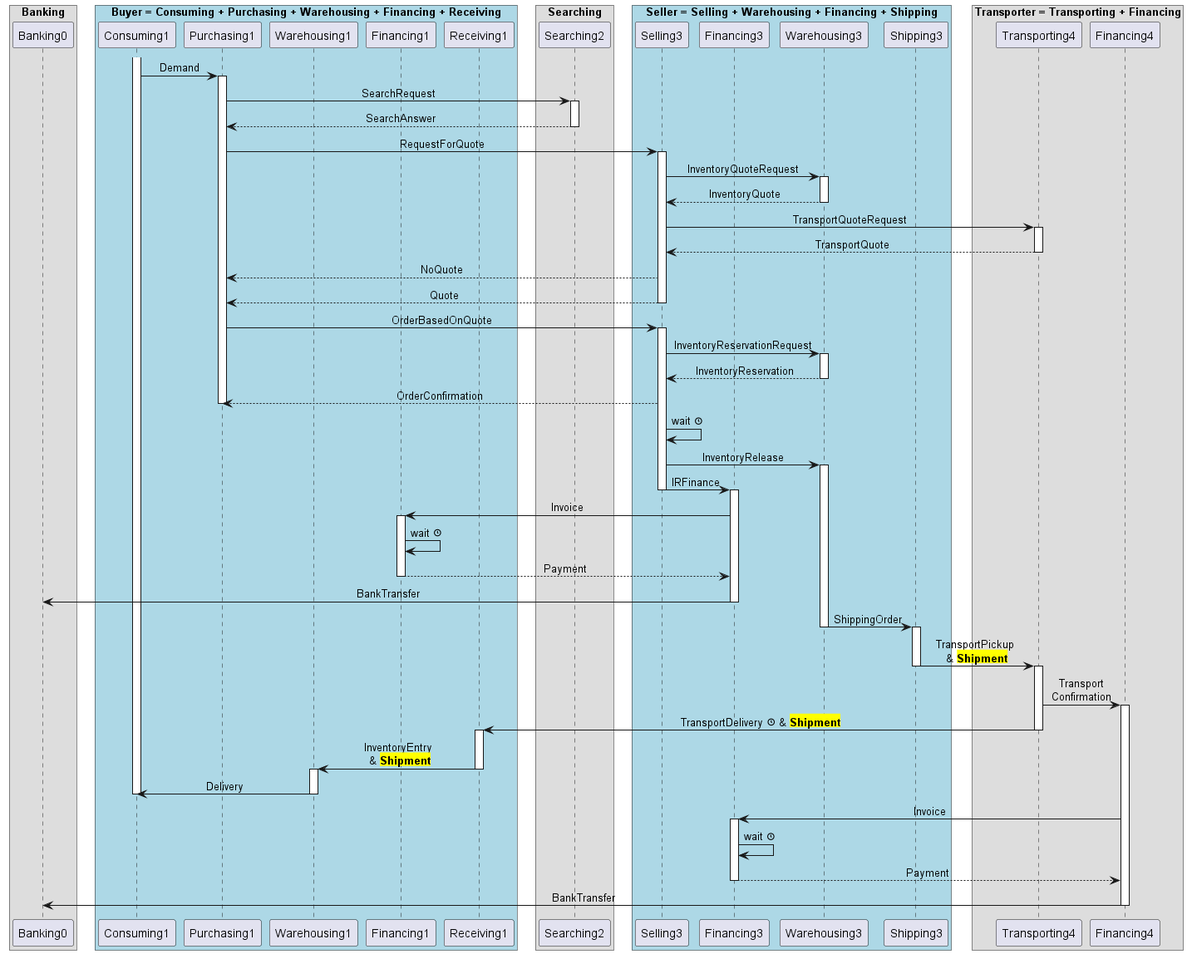
Before: supplychain-core/doc/design/process-demand-rfq.png, a diagram exported from PlantUML (averbraeck/dsol-supplychain). Its source is kept beside it as supplychain-core/doc/design/process-demand-rfq.puml. Its diagram source:
```plantuml
@startuml
skinparam BoxPadding 10
skinparam sequenceMessageAlign center

box "Banking"
participant Banking0 as BR0
end box

box "Buyer = Consuming + Purchasing + Warehousing + Financing + Receiving" #LightBlue
participant Consuming1 as CR1
participant Purchasing1 as PR1
participant Warehousing1 as WR1
participant Financing1 as FR1
participant Receiving1 AS RR1
end box

box "Searching"
participant Searching2 as SR2
end box

box "Seller = Selling + Warehousing + Financing + Shipping" #LightBlue
participant Selling3 as SR3
participant Financing3 as FR3
participant Warehousing3 as WR3
participant Shipping3 as ShR3
end box

box "Transporter = Transporting + Financing"
participant Transporting4 as TR4
participant Financing4 as FR4
end box

activate CR1
CR1 -> PR1: Demand
  activate PR1
  PR1 -> SR2: SearchRequest
    activate SR2
    return SearchAnswer
  PR1 -> SR3: RequestForQuote
    activate SR3
    SR3 -> WR3: InventoryQuoteRequest
      activate WR3
      return InventoryQuote
    SR3 -> TR4: TransportQuoteRequest
      activate TR4
      return TransportQuote
    SR3 --> PR1: NoQuote
    return Quote

  PR1 -> SR3: OrderBasedOnQuote
    activate SR3
    SR3 -> WR3: InventoryReservationRequest
      activate WR3
      return InventoryReservation
    SR3 --> PR1: OrderConfirmation
  deactivate PR1
    SR3 -> SR3: wait <&clock>
    SR3 -> WR3: InventoryRelease
    activate WR3
    SR3 -> FR3: IRFinance
      deactivate SR3
      activate FR3
      FR3 -> FR1: Invoice
      activate FR1
        FR1 -> FR1: wait <&clock>
        FR1 --> FR3: Payment
        deactivate FR1
      FR3 -> BR0: BankTransfer
    deactivate FR3

    WR3 -> ShR3: ShippingOrder
      deactivate WR3
      activate ShR3
      ShR3 -> TR4: TransportPickup\n & <back:yellow><b>Shipment</b>
        deactivate ShR3
        activate TR4
        TR4 -> FR4: Transport\nConfirmation
          activate FR4
        TR4 -> RR1: TransportDelivery <&clock> & <back:yellow><b>Shipment</b>
          deactivate TR4
        activate RR1
        RR1 -> WR1: InventoryEntry\n & <back:yellow><b>Shipment</b>
          deactivate RR1
          activate WR1
          WR1 -> CR1: Delivery
          deactivate WR1
      deactivate CR1
      FR4 -> FR3: Invoice
      activate FR3
        FR3 -> FR3: wait <&clock>
        FR3 --> FR4: Payment
        deactivate FR3
      FR4 -> BR0: BankTransfer
    deactivate FR4

@enduml
```
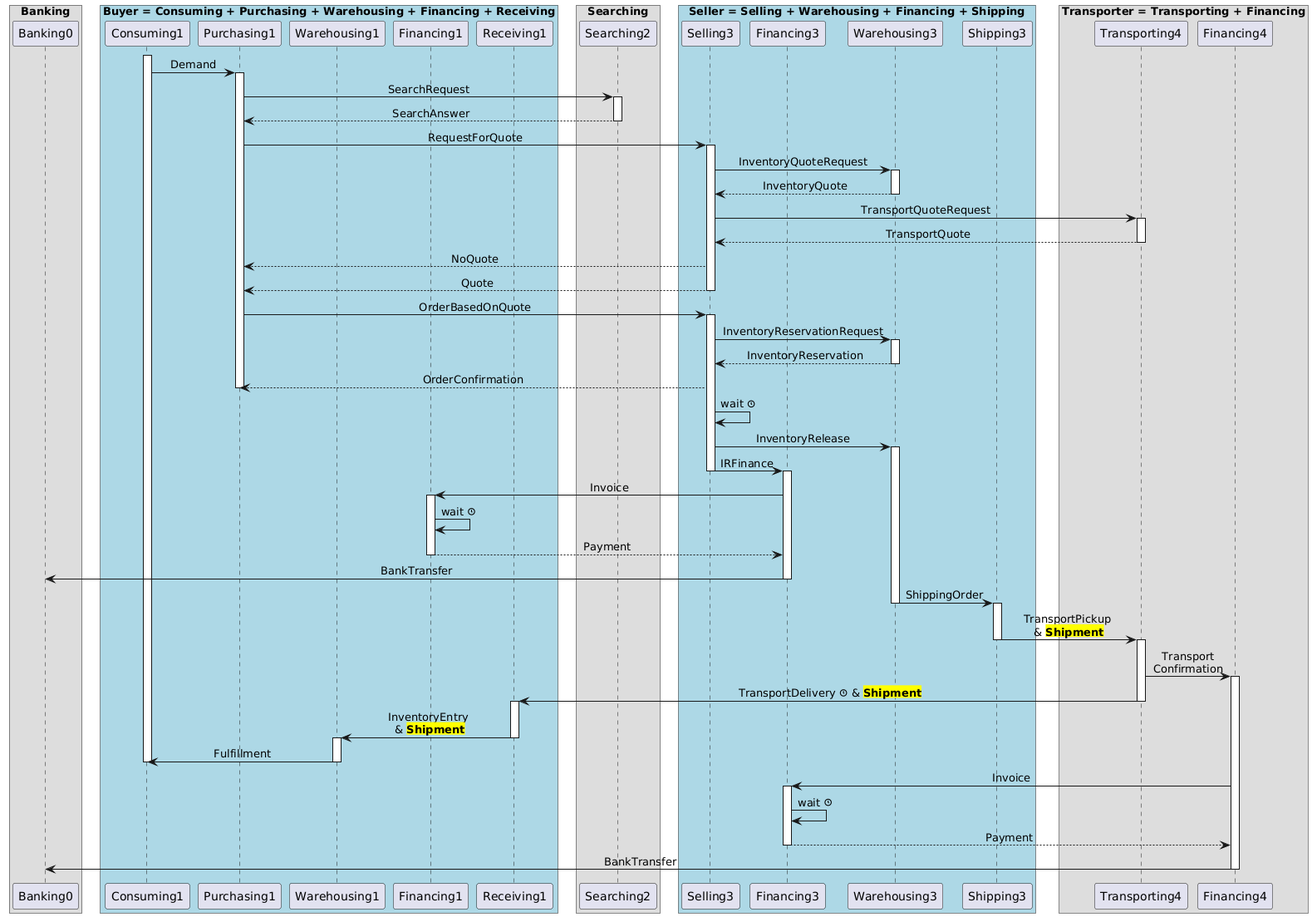
Above is the later version.

Commit message:
Fulfillment message added.

Change to the diagram source:
```diff
@@ -54,43 +54,43 @@
       return InventoryReservation
     SR3 --> PR1: OrderConfirmation
   deactivate PR1
-    SR3 -> SR3: wait <&clock>
-    SR3 -> WR3: InventoryRelease
-    activate WR3
-    SR3 -> FR3: IRFinance
-      deactivate SR3
-      activate FR3
-      FR3 -> FR1: Invoice
-      activate FR1
-        FR1 -> FR1: wait <&clock>
-        FR1 --> FR3: Payment
-        deactivate FR1
-      FR3 -> BR0: BankTransfer
-    deactivate FR3
+  SR3 -> SR3: wait <&clock>
+  SR3 -> WR3: InventoryRelease
+  activate WR3
+  SR3 -> FR3: IRFinance
+    deactivate SR3
+    activate FR3
+    FR3 -> FR1: Invoice
+    activate FR1
+      FR1 -> FR1: wait <&clock>
+      FR1 --> FR3: Payment
+      deactivate FR1
+    FR3 -> BR0: BankTransfer
+  deactivate FR3
 
-    WR3 -> ShR3: ShippingOrder
-      deactivate WR3
-      activate ShR3
-      ShR3 -> TR4: TransportPickup\n & <back:yellow><b>Shipment</b>
-        deactivate ShR3
-        activate TR4
-        TR4 -> FR4: Transport\nConfirmation
-          activate FR4
-        TR4 -> RR1: TransportDelivery <&clock> & <back:yellow><b>Shipment</b>
-          deactivate TR4
-        activate RR1
-        RR1 -> WR1: InventoryEntry\n & <back:yellow><b>Shipment</b>
-          deactivate RR1
-          activate WR1
-          WR1 -> CR1: Delivery
-          deactivate WR1
-      deactivate CR1
-      FR4 -> FR3: Invoice
-      activate FR3
-        FR3 -> FR3: wait <&clock>
-        FR3 --> FR4: Payment
-        deactivate FR3
-      FR4 -> BR0: BankTransfer
-    deactivate FR4
+  WR3 -> ShR3: ShippingOrder
+    deactivate WR3
+    activate ShR3
+    ShR3 -> TR4: TransportPickup\n & <back:yellow><b>Shipment</b>
+      deactivate ShR3
+      activate TR4
+      TR4 -> FR4: Transport\nConfirmation
+        activate FR4
+      TR4 -> RR1: TransportDelivery <&clock> & <back:yellow><b>Shipment</b>
+        deactivate TR4
+      activate RR1
+      RR1 -> WR1: InventoryEntry\n & <back:yellow><b>Shipment</b>
+        deactivate RR1
+      activate WR1
+      WR1 -> CR1: Fulfillment
+      deactivate WR1
+  deactivate CR1
+    FR4 -> FR3: Invoice
+    activate FR3
+      FR3 -> FR3: wait <&clock>
+      FR3 --> FR4: Payment
+      deactivate FR3
+    FR4 -> BR0: BankTransfer
+  deactivate FR4
 
 @enduml
```
